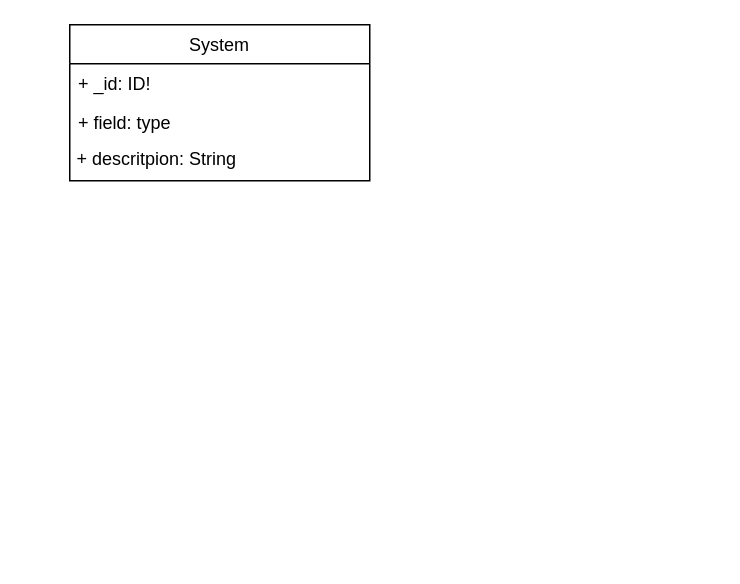
Before: page "权限系统类图" (3 of 3) of xml/Untitled Diagram.drawio in rcupid/firewood, a draw.io diagram. Source tidied: cells renumbered, new cells numbered last; positions are measured from the earlier drawing's top-left corner, leaving out a move shared by most shapes. Both pictures are drawn from the tidied source at 150%, with x=0, y=0 at pixel (69, 24).
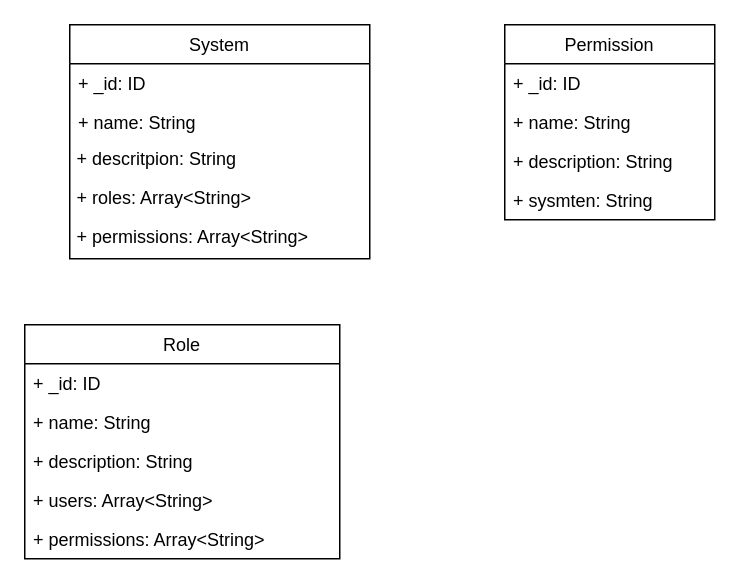
After the change.

Diff of the diagram source:
```diff
@@
 <mxGraphModel>
   <root>
     <mxCell id="0" />
     <mxCell id="1" parent="0" />
     <mxCell id="2" value="System" style="swimlane;fontStyle=0;horizontal=1;startSize=26;fillColor=none;labelBorderColor=none;" parent="1" vertex="1">
-      <mxGeometry width="200" height="104" as="geometry" />
+      <mxGeometry width="200" height="156" as="geometry" />
     </mxCell>
-    <mxCell id="3" value="+ _id: ID!" style="text;strokeColor=none;fillColor=none;align=left;verticalAlign=top;spacingLeft=4;spacingRight=4;overflow=hidden;" parent="2" vertex="1">
+    <mxCell id="3" value="+ _id: ID" style="text;strokeColor=none;fillColor=none;align=left;verticalAlign=top;spacingLeft=4;spacingRight=4;overflow=hidden;" parent="2" vertex="1">
       <mxGeometry y="26" width="200" height="26" as="geometry" />
     </mxCell>
-    <mxCell id="4" value="+ field: type" style="text;strokeColor=none;fillColor=none;align=left;verticalAlign=top;spacingLeft=4;spacingRight=4;overflow=hidden;" parent="2" vertex="1">
+    <mxCell id="4" value="+ name: String" style="text;strokeColor=none;fillColor=none;align=left;verticalAlign=top;spacingLeft=4;spacingRight=4;overflow=hidden;" parent="2" vertex="1">
       <mxGeometry y="52" width="200" height="26" as="geometry" />
     </mxCell>
     <mxCell id="5" value="+ descritpion: String&#10;" style="text;strokeColor=none;fillColor=none;align=left;verticalAlign=top;spacingLeft=5;spacingRight=4;overflow=hidden;spacing=0;" parent="2" vertex="1">
       <mxGeometry y="78" width="200" height="26" as="geometry" />
     </mxCell>
+    <mxCell id="6" value="+ roles: Array&lt;String&gt;" style="text;strokeColor=none;fillColor=none;align=left;verticalAlign=top;spacingLeft=5;spacingRight=4;overflow=hidden;spacing=0;" parent="2" vertex="1">
+      <mxGeometry y="104" width="200" height="26" as="geometry" />
+    </mxCell>
+    <mxCell id="7" value="+ permissions: Array&lt;String&gt;&#10;" style="text;strokeColor=none;fillColor=none;align=left;verticalAlign=top;spacingLeft=5;spacingRight=4;overflow=hidden;spacing=0;" parent="2" vertex="1">
+      <mxGeometry y="130" width="200" height="26" as="geometry" />
+    </mxCell>
+    <mxCell id="8" value="Permission" style="swimlane;fontStyle=0;horizontal=1;startSize=26;fillColor=none;" parent="1" vertex="1">
+      <mxGeometry x="290" width="140" height="130" as="geometry" />
+    </mxCell>
+    <mxCell id="9" value="+ _id: ID" style="text;strokeColor=none;fillColor=none;align=left;verticalAlign=top;spacingLeft=4;spacingRight=4;overflow=hidden;" parent="8" vertex="1">
+      <mxGeometry y="26" width="140" height="26" as="geometry" />
+    </mxCell>
+    <mxCell id="10" value="+ name: String" style="text;strokeColor=none;fillColor=none;align=left;verticalAlign=top;spacingLeft=4;spacingRight=4;overflow=hidden;" parent="8" vertex="1">
+      <mxGeometry y="52" width="140" height="26" as="geometry" />
+    </mxCell>
+    <mxCell id="11" value="+ description: String" style="text;strokeColor=none;fillColor=none;align=left;verticalAlign=top;spacingLeft=4;spacingRight=4;overflow=hidden;" parent="8" vertex="1">
+      <mxGeometry y="78" width="140" height="26" as="geometry" />
+    </mxCell>
+    <mxCell id="12" value="+ sysmten: String" style="text;strokeColor=none;fillColor=none;align=left;verticalAlign=top;spacingLeft=4;spacingRight=4;overflow=hidden;" parent="8" vertex="1">
+      <mxGeometry y="104" width="140" height="26" as="geometry" />
+    </mxCell>
+    <mxCell id="13" value="Role" style="swimlane;fontStyle=0;horizontal=1;startSize=26;fillColor=none;" parent="1" vertex="1">
+      <mxGeometry x="-30" y="200" width="210" height="156" as="geometry" />
+    </mxCell>
+    <mxCell id="14" value="+ _id: ID" style="text;strokeColor=none;fillColor=none;align=left;verticalAlign=top;spacingLeft=4;spacingRight=4;overflow=hidden;" parent="13" vertex="1">
+      <mxGeometry y="26" width="210" height="26" as="geometry" />
+    </mxCell>
+    <mxCell id="15" value="+ name: String" style="text;strokeColor=none;fillColor=none;align=left;verticalAlign=top;spacingLeft=4;spacingRight=4;overflow=hidden;" parent="13" vertex="1">
+      <mxGeometry y="52" width="210" height="26" as="geometry" />
+    </mxCell>
+    <mxCell id="16" value="+ description: String" style="text;strokeColor=none;fillColor=none;align=left;verticalAlign=top;spacingLeft=4;spacingRight=4;overflow=hidden;" parent="13" vertex="1">
+      <mxGeometry y="78" width="210" height="26" as="geometry" />
+    </mxCell>
+    <mxCell id="17" value="+ users: Array&lt;String&gt;" style="text;strokeColor=none;fillColor=none;align=left;verticalAlign=top;spacingLeft=4;spacingRight=4;overflow=hidden;" parent="13" vertex="1">
+      <mxGeometry y="104" width="210" height="26" as="geometry" />
+    </mxCell>
+    <mxCell id="18" value="+ permissions: Array&lt;String&gt;" style="text;strokeColor=none;fillColor=none;align=left;verticalAlign=top;spacingLeft=4;spacingRight=4;overflow=hidden;" parent="13" vertex="1">
+      <mxGeometry y="130" width="210" height="26" as="geometry" />
+    </mxCell>
   </root>
 </mxGraphModel>
```
